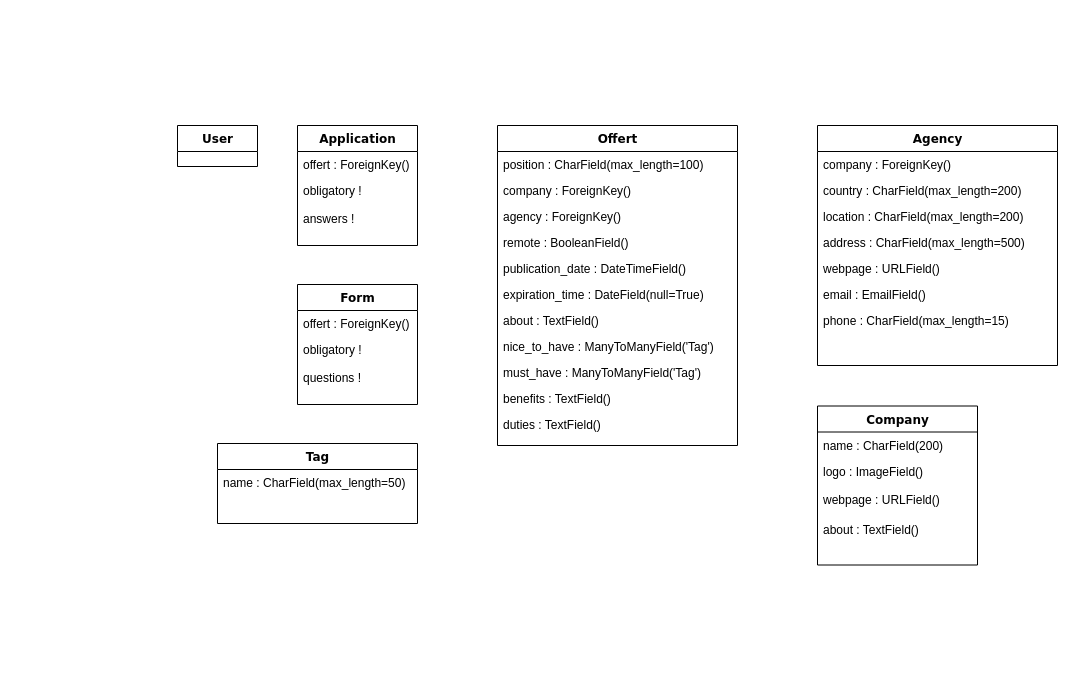
Earlier version of the draw.io diagram Model diagram.drawio (praglis/PortalPracy). Source tidied: cells renumbered, new cells numbered last; positions are measured from the earlier drawing's top-left corner, leaving out a move shared by most shapes. Both pictures are drawn from the tidied source at 100%, with x=0, y=0 at pixel (177, 125).
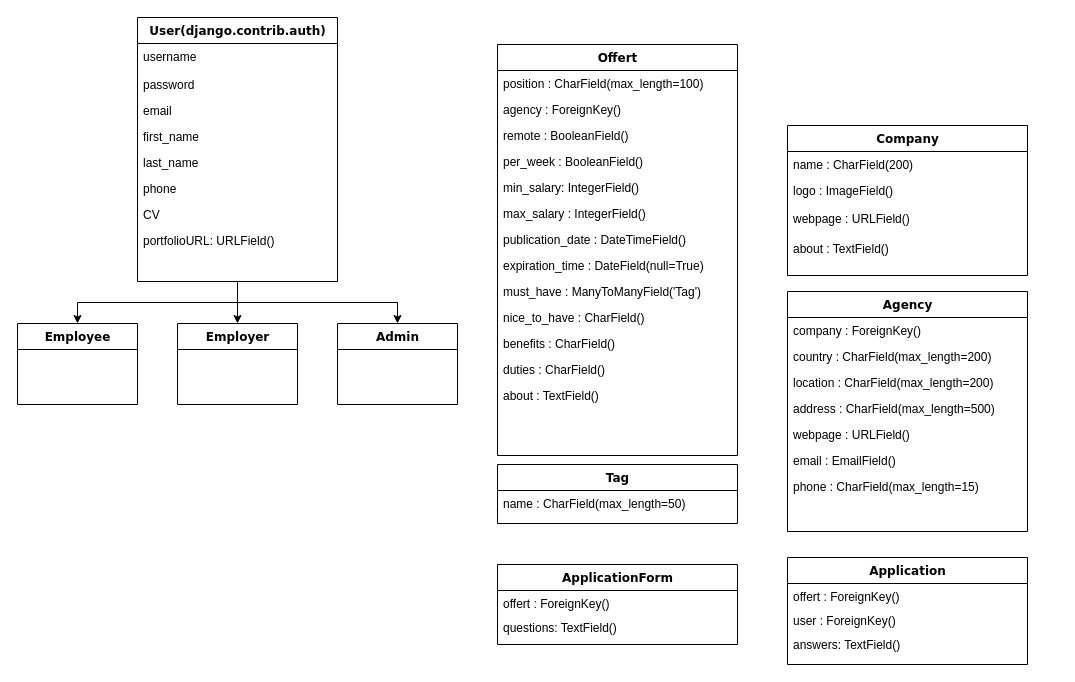
Above is the later version.

Commit message:
updated Models diagram

There might be some mistakes, because I forgot to save the diagram after we updated it

The edit, as a diff of the source:
```diff
@@
     <mxCell id="2" value="Offert" style="swimlane;html=1;fontStyle=1;align=center;verticalAlign=top;horizontal=1;startSize=26;swimlaneFillColor=#ffffff;rounded=0;shadow=0;comic=0;labelBackgroundColor=none;strokeColor=#000000;strokeWidth=1;fillColor=none;fontFamily=Verdana;fontSize=12;fontColor=#000000;" parent="1" vertex="1">
-      <mxGeometry x="320" width="240" height="320" as="geometry" />
+      <mxGeometry x="320" y="-81" width="240" height="411" as="geometry" />
     </mxCell>
@@
-    <mxCell id="4" value="company : ForeignKey()&lt;br&gt;&lt;br&gt;" style="text;html=1;strokeColor=none;fillColor=none;align=left;verticalAlign=top;spacingLeft=4;spacingRight=4;whiteSpace=wrap;overflow=hidden;" parent="2" vertex="1">
-      <mxGeometry y="52" width="240" height="26" as="geometry" />
-    </mxCell>
     <mxCell id="5" value="agency : ForeignKey()" style="text;html=1;strokeColor=none;fillColor=none;align=left;verticalAlign=top;spacingLeft=4;spacingRight=4;whiteSpace=wrap;overflow=hidden;" parent="2" vertex="1">
-      <mxGeometry y="78" width="240" height="26" as="geometry" />
+      <mxGeometry y="52" width="240" height="26" as="geometry" />
     </mxCell>
     <mxCell id="6" value="remote : BooleanField()" style="text;html=1;strokeColor=none;fillColor=none;align=left;verticalAlign=top;spacingLeft=4;spacingRight=4;whiteSpace=wrap;overflow=hidden;" parent="2" vertex="1">
-      <mxGeometry y="104" width="240" height="26" as="geometry" />
+      <mxGeometry y="78" width="240" height="26" as="geometry" />
     </mxCell>
+    <mxCell id="38" value="per_week : BooleanField()" style="text;html=1;strokeColor=none;fillColor=none;align=left;verticalAlign=top;spacingLeft=4;spacingRight=4;whiteSpace=wrap;overflow=hidden;" parent="2" vertex="1">
+      <mxGeometry y="104" width="240" height="26" as="geometry" />
+    </mxCell>
+    <mxCell id="39" value="min_salary: IntegerField()" style="text;html=1;strokeColor=none;fillColor=none;align=left;verticalAlign=top;spacingLeft=4;spacingRight=4;whiteSpace=wrap;overflow=hidden;" parent="2" vertex="1">
+      <mxGeometry y="130" width="240" height="26" as="geometry" />
+    </mxCell>
+    <mxCell id="40" value="max_salary : IntegerField()" style="text;html=1;strokeColor=none;fillColor=none;align=left;verticalAlign=top;spacingLeft=4;spacingRight=4;whiteSpace=wrap;overflow=hidden;" parent="2" vertex="1">
+      <mxGeometry y="156" width="240" height="26" as="geometry" />
+    </mxCell>
     <mxCell id="7" value="publication_date : DateTimeField()" style="text;html=1;strokeColor=none;fillColor=none;align=left;verticalAlign=top;spacingLeft=4;spacingRight=4;whiteSpace=wrap;overflow=hidden;" parent="2" vertex="1">
-      <mxGeometry y="130" width="240" height="26" as="geometry" />
+      <mxGeometry y="182" width="240" height="26" as="geometry" />
     </mxCell>
     <mxCell id="8" value="expiration_time : DateField(null=True)" style="text;html=1;strokeColor=none;fillColor=none;align=left;verticalAlign=top;spacingLeft=4;spacingRight=4;whiteSpace=wrap;overflow=hidden;" parent="2" vertex="1">
-      <mxGeometry y="156" width="240" height="26" as="geometry" />
+      <mxGeometry y="208" width="240" height="26" as="geometry" />
     </mxCell>
-    <mxCell id="9" value="about : TextField()" style="text;html=1;strokeColor=none;fillColor=none;align=left;verticalAlign=top;spacingLeft=4;spacingRight=4;whiteSpace=wrap;overflow=hidden;" parent="2" vertex="1">
-      <mxGeometry y="182" width="240" height="26" as="geometry" />
-    </mxCell>
+    <mxCell id="11" value="must_have : ManyToManyField('Tag')" style="text;html=1;strokeColor=none;fillColor=none;align=left;verticalAlign=top;spacingLeft=4;spacingRight=4;whiteSpace=wrap;overflow=hidden;" parent="2" vertex="1">
+      <mxGeometry y="234" width="240" height="26" as="geometry" />
+    </mxCell>
-    <mxCell id="10" value="nice_to_have : ManyToManyField('Tag')" style="text;html=1;strokeColor=none;fillColor=none;align=left;verticalAlign=top;spacingLeft=4;spacingRight=4;whiteSpace=wrap;overflow=hidden;" parent="2" vertex="1">
-      <mxGeometry y="208" width="240" height="26" as="geometry" />
+    <mxCell id="10" value="nice_to_have : CharField()" style="text;html=1;strokeColor=none;fillColor=none;align=left;verticalAlign=top;spacingLeft=4;spacingRight=4;whiteSpace=wrap;overflow=hidden;" parent="2" vertex="1">
+      <mxGeometry y="260" width="240" height="26" as="geometry" />
     </mxCell>
-    <mxCell id="11" value="must_have : ManyToManyField('Tag')" style="text;html=1;strokeColor=none;fillColor=none;align=left;verticalAlign=top;spacingLeft=4;spacingRight=4;whiteSpace=wrap;overflow=hidden;" parent="2" vertex="1">
-      <mxGeometry y="234" width="240" height="26" as="geometry" />
-    </mxCell>
-    <mxCell id="12" value="benefits : TextField()" style="text;html=1;strokeColor=none;fillColor=none;align=left;verticalAlign=top;spacingLeft=4;spacingRight=4;whiteSpace=wrap;overflow=hidden;" parent="2" vertex="1">
-      <mxGeometry y="260" width="240" height="26" as="geometry" />
+    <mxCell id="12" value="benefits : CharField()" style="text;html=1;strokeColor=none;fillColor=none;align=left;verticalAlign=top;spacingLeft=4;spacingRight=4;whiteSpace=wrap;overflow=hidden;" parent="2" vertex="1">
+      <mxGeometry y="286" width="240" height="26" as="geometry" />
     </mxCell>
-    <mxCell id="13" value="duties : TextField()&lt;br&gt;" style="text;html=1;strokeColor=none;fillColor=none;align=left;verticalAlign=top;spacingLeft=4;spacingRight=4;whiteSpace=wrap;overflow=hidden;" parent="2" vertex="1">
-      <mxGeometry y="286" width="240" height="34" as="geometry" />
+    <mxCell id="13" value="duties : CharField()&lt;br&gt;" style="text;html=1;strokeColor=none;fillColor=none;align=left;verticalAlign=top;spacingLeft=4;spacingRight=4;whiteSpace=wrap;overflow=hidden;" parent="2" vertex="1">
+      <mxGeometry y="312" width="240" height="26" as="geometry" />
     </mxCell>
+    <mxCell id="9" value="about : TextField()" style="text;html=1;strokeColor=none;fillColor=none;align=left;verticalAlign=top;spacingLeft=4;spacingRight=4;whiteSpace=wrap;overflow=hidden;" parent="2" vertex="1">
+      <mxGeometry y="338" width="240" height="26" as="geometry" />
+    </mxCell>
     <mxCell id="14" value="Agency" style="swimlane;html=1;fontStyle=1;align=center;verticalAlign=top;horizontal=1;startSize=26;swimlaneFillColor=#ffffff;rounded=0;shadow=0;comic=0;labelBackgroundColor=none;strokeColor=#000000;strokeWidth=1;fillColor=none;fontFamily=Verdana;fontSize=12;fontColor=#000000;" parent="1" vertex="1">
-      <mxGeometry x="640" width="240" height="240" as="geometry" />
+      <mxGeometry x="610" y="166" width="240" height="240" as="geometry" />
     </mxCell>
@@
     <mxCell id="21" value="phone : CharField(max_length=15)" style="text;html=1;strokeColor=none;fillColor=none;align=left;verticalAlign=top;spacingLeft=4;spacingRight=4;whiteSpace=wrap;overflow=hidden;" parent="14" vertex="1">
-      <mxGeometry y="182" width="240" height="58" as="geometry" />
+      <mxGeometry y="182" width="240" height="28" as="geometry" />
     </mxCell>
     <mxCell id="22" value="Company" style="swimlane;html=1;fontStyle=1;align=center;verticalAlign=top;horizontal=1;startSize=26;swimlaneFillColor=#ffffff;rounded=0;shadow=0;comic=0;labelBackgroundColor=none;strokeColor=#000000;strokeWidth=1;fillColor=none;fontFamily=Verdana;fontSize=12;fontColor=#000000;" parent="1" vertex="1">
-      <mxGeometry x="640" y="280.5" width="160" height="159" as="geometry" />
+      <mxGeometry x="610" width="240" height="150" as="geometry" />
     </mxCell>
     <mxCell id="23" value="name : CharField(200)" style="text;html=1;strokeColor=none;fillColor=none;align=left;verticalAlign=top;spacingLeft=4;spacingRight=4;whiteSpace=wrap;overflow=hidden;" parent="22" vertex="1">
-      <mxGeometry y="26" width="160" height="26" as="geometry" />
+      <mxGeometry y="26" width="240" height="26" as="geometry" />
     </mxCell>
     <mxCell id="24" value="logo : ImageField()" style="text;html=1;strokeColor=none;fillColor=none;align=left;verticalAlign=top;spacingLeft=4;spacingRight=4;whiteSpace=wrap;overflow=hidden;" parent="22" vertex="1">
-      <mxGeometry y="52" width="160" height="28" as="geometry" />
+      <mxGeometry y="52" width="240" height="28" as="geometry" />
     </mxCell>
     <mxCell id="25" value="webpage : URLField()" style="text;html=1;strokeColor=none;fillColor=none;align=left;verticalAlign=top;spacingLeft=4;spacingRight=4;whiteSpace=wrap;overflow=hidden;" parent="22" vertex="1">
-      <mxGeometry y="80" width="160" height="30" as="geometry" />
+      <mxGeometry y="80" width="240" height="30" as="geometry" />
     </mxCell>
     <mxCell id="26" value="about : TextField()" style="text;html=1;strokeColor=none;fillColor=none;align=left;verticalAlign=top;spacingLeft=4;spacingRight=4;whiteSpace=wrap;overflow=hidden;" parent="22" vertex="1">
-      <mxGeometry y="110" width="160" height="26" as="geometry" />
+      <mxGeometry y="110" width="240" height="26" as="geometry" />
     </mxCell>
+    <mxCell id="41" style="edgeStyle=orthogonalEdgeStyle;rounded=0;jettySize=auto;html=1;entryX=0.5;entryY=0;entryDx=0;entryDy=0;" parent="1" edge="1" source="27" target="54">
+      <mxGeometry relative="1" as="geometry" />
+    </mxCell>
+    <mxCell id="42" style="edgeStyle=orthogonalEdgeStyle;rounded=0;jettySize=auto;html=1;entryX=0.5;entryY=0;entryDx=0;entryDy=0;" parent="1" edge="1" source="27" target="55">
+      <mxGeometry relative="1" as="geometry" />
+    </mxCell>
+    <mxCell id="43" style="edgeStyle=orthogonalEdgeStyle;rounded=0;jettySize=auto;html=1;" parent="1" edge="1" source="27" target="53">
+      <mxGeometry relative="1" as="geometry" />
+    </mxCell>
-    <mxCell id="27" value="User" style="swimlane;html=1;fontStyle=1;align=center;verticalAlign=top;horizontal=1;startSize=26;swimlaneFillColor=#ffffff;rounded=0;shadow=0;comic=0;labelBackgroundColor=none;strokeColor=#000000;strokeWidth=1;fillColor=none;fontFamily=Verdana;fontSize=12;fontColor=#000000;" parent="1" vertex="1">
-      <mxGeometry width="80" height="41" as="geometry" />
+    <mxCell id="27" value="User(&lt;span&gt;django.contrib.auth&lt;/span&gt;&lt;span&gt;)&lt;/span&gt;&lt;br&gt;" style="swimlane;html=1;fontStyle=1;align=center;verticalAlign=top;horizontal=1;startSize=26;swimlaneFillColor=#ffffff;rounded=0;shadow=0;comic=0;labelBackgroundColor=none;strokeColor=#000000;strokeWidth=1;fillColor=none;fontFamily=Verdana;fontSize=12;fontColor=#000000;" parent="1" vertex="1">
+      <mxGeometry x="-40" y="-108" width="200" height="264" as="geometry" />
     </mxCell>
+    <mxCell id="44" value="username&lt;br&gt;" style="text;html=1;strokeColor=none;fillColor=none;align=left;verticalAlign=top;spacingLeft=4;spacingRight=4;whiteSpace=wrap;overflow=hidden;" parent="27" vertex="1">
+      <mxGeometry y="26" width="200" height="28" as="geometry" />
+    </mxCell>
+    <mxCell id="45" value="password&lt;br&gt;" style="text;html=1;strokeColor=none;fillColor=none;align=left;verticalAlign=top;spacingLeft=4;spacingRight=4;whiteSpace=wrap;overflow=hidden;" parent="27" vertex="1">
+      <mxGeometry y="54" width="200" height="26" as="geometry" />
+    </mxCell>
+    <mxCell id="46" value="email&lt;br&gt;" style="text;html=1;strokeColor=none;fillColor=none;align=left;verticalAlign=top;spacingLeft=4;spacingRight=4;whiteSpace=wrap;overflow=hidden;" parent="27" vertex="1">
+      <mxGeometry y="80" width="200" height="26" as="geometry" />
+    </mxCell>
+    <mxCell id="47" value="first_name&lt;br&gt;" style="text;html=1;strokeColor=none;fillColor=none;align=left;verticalAlign=top;spacingLeft=4;spacingRight=4;whiteSpace=wrap;overflow=hidden;" parent="27" vertex="1">
+      <mxGeometry y="106" width="200" height="26" as="geometry" />
+    </mxCell>
+    <mxCell id="48" value="last_name&lt;br&gt;" style="text;html=1;strokeColor=none;fillColor=none;align=left;verticalAlign=top;spacingLeft=4;spacingRight=4;whiteSpace=wrap;overflow=hidden;" parent="27" vertex="1">
+      <mxGeometry y="132" width="200" height="26" as="geometry" />
+    </mxCell>
+    <mxCell id="49" value="phone&lt;br&gt;" style="text;html=1;strokeColor=none;fillColor=none;align=left;verticalAlign=top;spacingLeft=4;spacingRight=4;whiteSpace=wrap;overflow=hidden;" parent="27" vertex="1">
+      <mxGeometry y="158" width="200" height="26" as="geometry" />
+    </mxCell>
+    <mxCell id="50" value="CV&lt;br&gt;" style="text;html=1;strokeColor=none;fillColor=none;align=left;verticalAlign=top;spacingLeft=4;spacingRight=4;whiteSpace=wrap;overflow=hidden;" parent="27" vertex="1">
+      <mxGeometry y="184" width="200" height="26" as="geometry" />
+    </mxCell>
+    <mxCell id="51" value="portfolioURL: URLField()" style="text;html=1;strokeColor=none;fillColor=none;align=left;verticalAlign=top;spacingLeft=4;spacingRight=4;whiteSpace=wrap;overflow=hidden;" parent="27" vertex="1">
+      <mxGeometry y="210" width="200" height="30" as="geometry" />
+    </mxCell>
+    <mxCell id="32" value="ApplicationForm" style="swimlane;html=1;fontStyle=1;align=center;verticalAlign=top;horizontal=1;startSize=26;swimlaneFillColor=#ffffff;rounded=0;shadow=0;comic=0;labelBackgroundColor=none;strokeColor=#000000;strokeWidth=1;fillColor=none;fontFamily=Verdana;fontSize=12;fontColor=#000000;" parent="1" vertex="1">
+      <mxGeometry x="320" y="439" width="240" height="80" as="geometry" />
+    </mxCell>
+    <mxCell id="33" value="offert : ForeignKey()&lt;br&gt;&lt;br&gt;" style="text;html=1;strokeColor=none;fillColor=none;align=left;verticalAlign=top;spacingLeft=4;spacingRight=4;whiteSpace=wrap;overflow=hidden;" parent="32" vertex="1">
+      <mxGeometry y="26" width="240" height="24" as="geometry" />
+    </mxCell>
+    <mxCell id="52" value="questions: TextField()" style="text;html=1;strokeColor=none;fillColor=none;align=left;verticalAlign=top;spacingLeft=4;spacingRight=4;whiteSpace=wrap;overflow=hidden;" parent="32" vertex="1">
+      <mxGeometry y="50" width="240" height="30" as="geometry" />
+    </mxCell>
+    <mxCell id="36" value="Tag" style="swimlane;html=1;fontStyle=1;align=center;verticalAlign=top;horizontal=1;startSize=26;swimlaneFillColor=#ffffff;rounded=0;shadow=0;comic=0;labelBackgroundColor=none;strokeColor=#000000;strokeWidth=1;fillColor=none;fontFamily=Verdana;fontSize=12;fontColor=#000000;" parent="1" vertex="1">
+      <mxGeometry x="320" y="339" width="240" height="59" as="geometry" />
+    </mxCell>
+    <mxCell id="37" value="name : CharField(max_length=50)&lt;br&gt;" style="text;html=1;strokeColor=none;fillColor=none;align=left;verticalAlign=top;spacingLeft=4;spacingRight=4;whiteSpace=wrap;overflow=hidden;" parent="36" vertex="1">
+      <mxGeometry y="26" width="240" height="26" as="geometry" />
+    </mxCell>
+    <mxCell id="53" value="Employer" style="swimlane;html=1;fontStyle=1;align=center;verticalAlign=top;horizontal=1;startSize=26;swimlaneFillColor=#ffffff;rounded=0;shadow=0;comic=0;labelBackgroundColor=none;strokeColor=#000000;strokeWidth=1;fillColor=none;fontFamily=Verdana;fontSize=12;fontColor=#000000;" parent="1" vertex="1">
+      <mxGeometry y="198" width="120" height="81" as="geometry" />
+    </mxCell>
+    <mxCell id="54" value="Employee&lt;br&gt;" style="swimlane;html=1;fontStyle=1;align=center;verticalAlign=top;horizontal=1;startSize=26;swimlaneFillColor=#ffffff;rounded=0;shadow=0;comic=0;labelBackgroundColor=none;strokeColor=#000000;strokeWidth=1;fillColor=none;fontFamily=Verdana;fontSize=12;fontColor=#000000;" parent="1" vertex="1">
+      <mxGeometry x="-160" y="198" width="120" height="81" as="geometry" />
+    </mxCell>
+    <mxCell id="55" value="Admin&lt;br&gt;" style="swimlane;html=1;fontStyle=1;align=center;verticalAlign=top;horizontal=1;startSize=26;swimlaneFillColor=#ffffff;rounded=0;shadow=0;comic=0;labelBackgroundColor=none;strokeColor=#000000;strokeWidth=1;fillColor=none;fontFamily=Verdana;fontSize=12;fontColor=#000000;" parent="1" vertex="1">
+      <mxGeometry x="160" y="198" width="120" height="81" as="geometry" />
+    </mxCell>
     <mxCell id="28" value="Application" style="swimlane;html=1;fontStyle=1;align=center;verticalAlign=top;horizontal=1;startSize=26;swimlaneFillColor=#ffffff;rounded=0;shadow=0;comic=0;labelBackgroundColor=none;strokeColor=#000000;strokeWidth=1;fillColor=none;fontFamily=Verdana;fontSize=12;fontColor=#000000;" parent="1" vertex="1">
-      <mxGeometry x="120" width="120" height="120" as="geometry" />
+      <mxGeometry x="610" y="432" width="240" height="107" as="geometry" />
     </mxCell>
     <mxCell id="29" value="offert : ForeignKey()&lt;br&gt;&lt;br&gt;" style="text;html=1;strokeColor=none;fillColor=none;align=left;verticalAlign=top;spacingLeft=4;spacingRight=4;whiteSpace=wrap;overflow=hidden;" parent="28" vertex="1">
-      <mxGeometry y="26" width="120" height="26" as="geometry" />
+      <mxGeometry y="26" width="240" height="24" as="geometry" />
     </mxCell>
-    <mxCell id="30" value="obligatory !&lt;br&gt;" style="text;html=1;strokeColor=none;fillColor=none;align=left;verticalAlign=top;spacingLeft=4;spacingRight=4;whiteSpace=wrap;overflow=hidden;" parent="28" vertex="1">
-      <mxGeometry y="52" width="120" height="28" as="geometry" />
-    </mxCell>
-    <mxCell id="31" value="answers !&lt;br&gt;" style="text;html=1;strokeColor=none;fillColor=none;align=left;verticalAlign=top;spacingLeft=4;spacingRight=4;whiteSpace=wrap;overflow=hidden;" parent="28" vertex="1">
-      <mxGeometry y="80" width="120" height="40" as="geometry" />
-    </mxCell>
-    <mxCell id="32" value="Form" style="swimlane;html=1;fontStyle=1;align=center;verticalAlign=top;horizontal=1;startSize=26;swimlaneFillColor=#ffffff;rounded=0;shadow=0;comic=0;labelBackgroundColor=none;strokeColor=#000000;strokeWidth=1;fillColor=none;fontFamily=Verdana;fontSize=12;fontColor=#000000;" parent="1" vertex="1">
-      <mxGeometry x="120" y="159" width="120" height="120" as="geometry" />
-    </mxCell>
-    <mxCell id="33" value="offert : ForeignKey()&lt;br&gt;&lt;br&gt;" style="text;html=1;strokeColor=none;fillColor=none;align=left;verticalAlign=top;spacingLeft=4;spacingRight=4;whiteSpace=wrap;overflow=hidden;" parent="32" vertex="1">
-      <mxGeometry y="26" width="120" height="26" as="geometry" />
-    </mxCell>
-    <mxCell id="34" value="obligatory !&lt;br&gt;" style="text;html=1;strokeColor=none;fillColor=none;align=left;verticalAlign=top;spacingLeft=4;spacingRight=4;whiteSpace=wrap;overflow=hidden;" parent="32" vertex="1">
-      <mxGeometry y="52" width="120" height="28" as="geometry" />
-    </mxCell>
-    <mxCell id="35" value="questions !&lt;br&gt;" style="text;html=1;strokeColor=none;fillColor=none;align=left;verticalAlign=top;spacingLeft=4;spacingRight=4;whiteSpace=wrap;overflow=hidden;" parent="32" vertex="1">
-      <mxGeometry y="80" width="120" height="26" as="geometry" />
-    </mxCell>
-    <mxCell id="36" value="Tag" style="swimlane;html=1;fontStyle=1;align=center;verticalAlign=top;horizontal=1;startSize=26;swimlaneFillColor=#ffffff;rounded=0;shadow=0;comic=0;labelBackgroundColor=none;strokeColor=#000000;strokeWidth=1;fillColor=none;fontFamily=Verdana;fontSize=12;fontColor=#000000;" parent="1" vertex="1">
-      <mxGeometry x="40" y="318" width="200" height="80" as="geometry" />
-    </mxCell>
-    <mxCell id="37" value="name : CharField(max_length=50)&lt;br&gt;" style="text;html=1;strokeColor=none;fillColor=none;align=left;verticalAlign=top;spacingLeft=4;spacingRight=4;whiteSpace=wrap;overflow=hidden;" parent="36" vertex="1">
-      <mxGeometry y="26" width="200" height="26" as="geometry" />
-    </mxCell>
+    <mxCell id="56" value="user : ForeignKey()&lt;br&gt;&lt;br&gt;" style="text;html=1;strokeColor=none;fillColor=none;align=left;verticalAlign=top;spacingLeft=4;spacingRight=4;whiteSpace=wrap;overflow=hidden;" parent="28" vertex="1">
+      <mxGeometry y="50" width="240" height="24" as="geometry" />
+    </mxCell>
+    <mxCell id="57" value="answers: TextField()" style="text;html=1;strokeColor=none;fillColor=none;align=left;verticalAlign=top;spacingLeft=4;spacingRight=4;whiteSpace=wrap;overflow=hidden;" parent="28" vertex="1">
+      <mxGeometry y="74" width="240" height="30" as="geometry" />
+    </mxCell>
```
